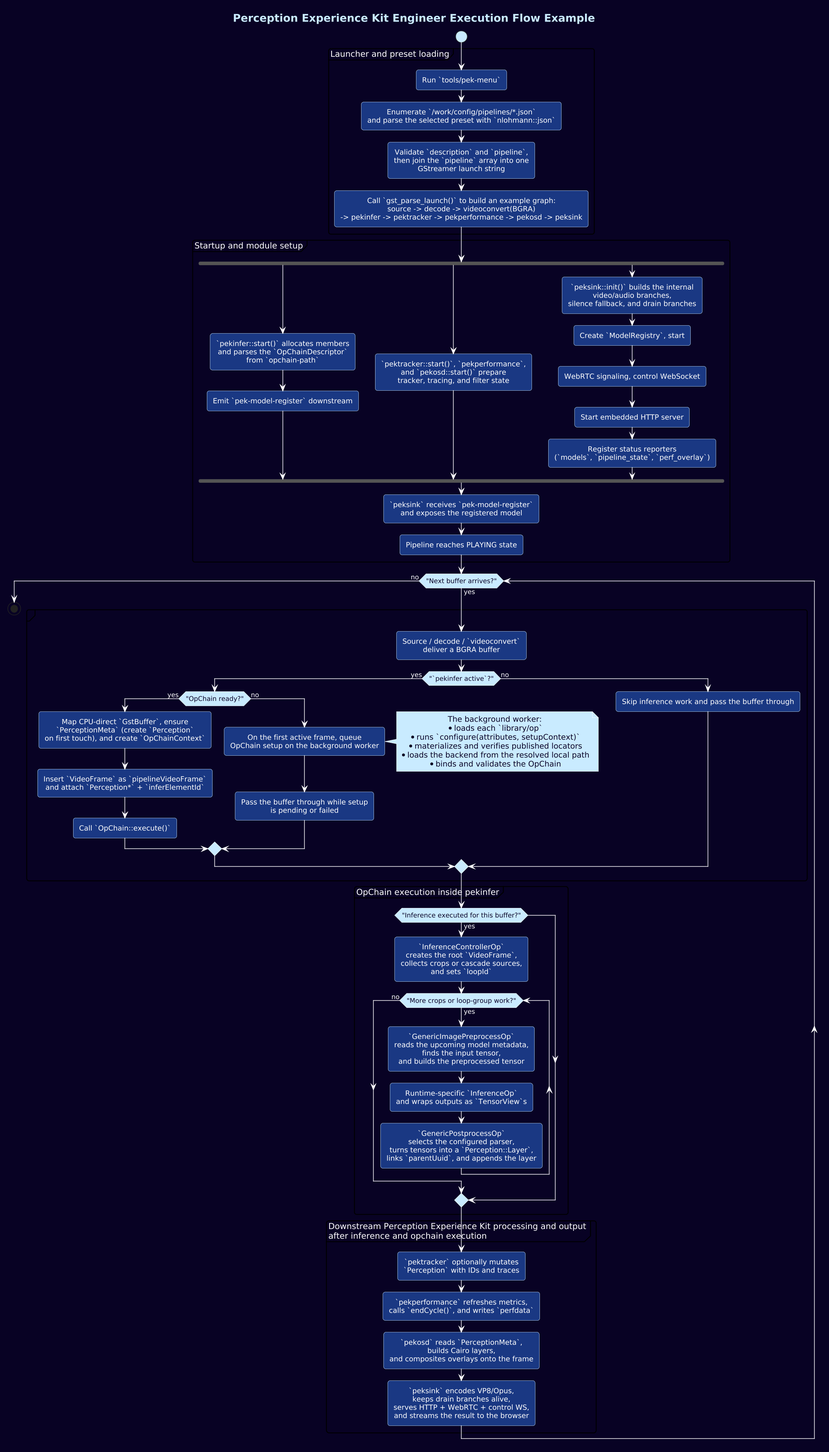
Earlier version of the PlantUML export docs/public/static/img/execution-flow.png (arm/open-perception-kit).
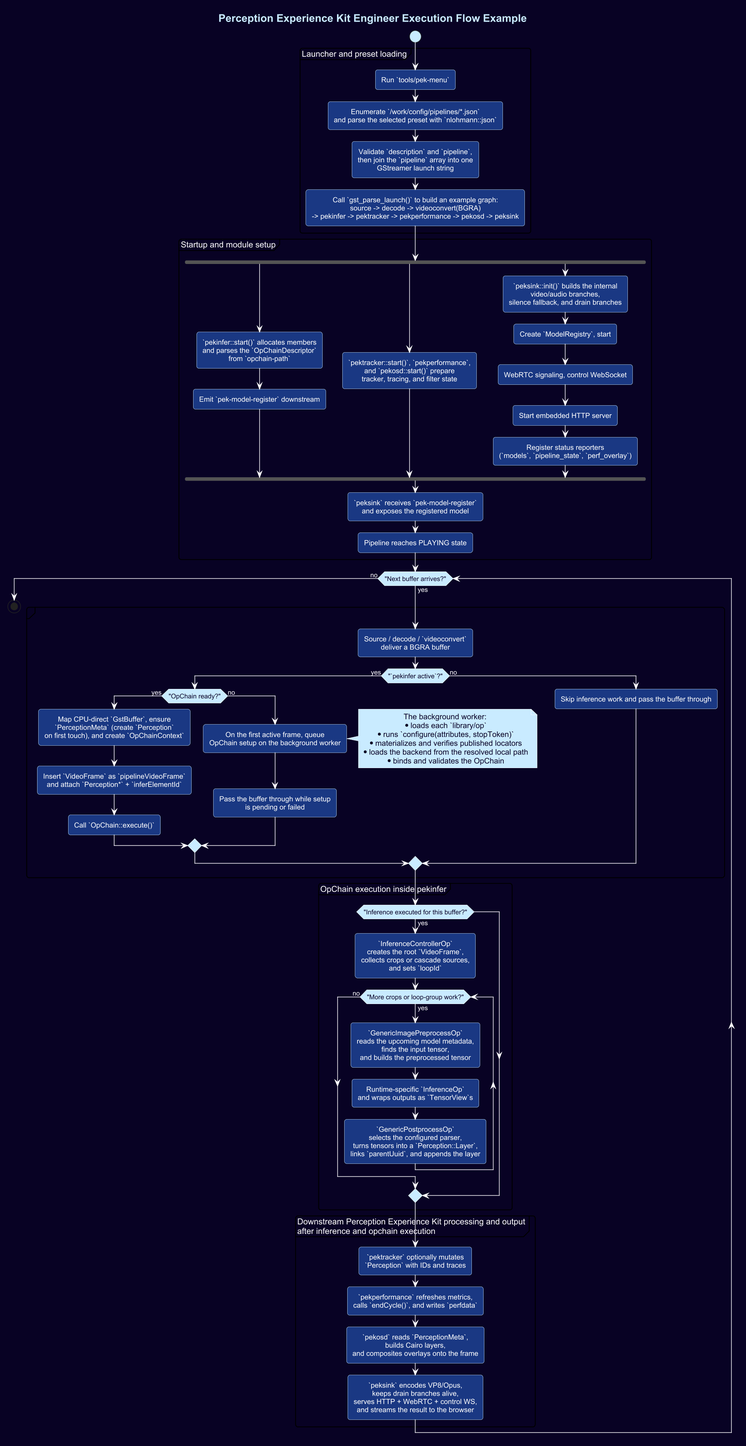
After the change.

Change to the diagram source:
```diff
@@ -42,7 +42,7 @@
         note right
           The background worker:
           * loads each `library/op`
-          * runs `configure(attributes, setupContext)`
+          * runs `configure(attributes, stopToken)`
           * materializes and verifies published locators
           * loads the backend from the resolved local path
           * binds and validates the OpChain
```
